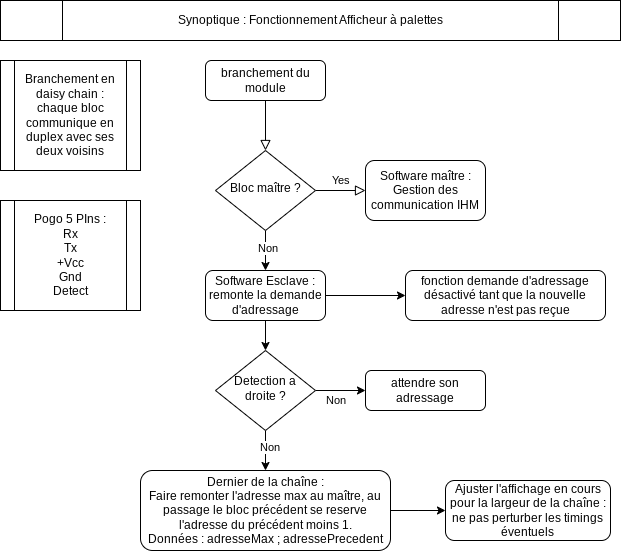
RobotiClermontClub/Afficheur-a-palettes keeps this draw.io diagram as Synoptique afficheur à palettes.png. Above is the earlier version. Source tidied: cells renumbered, new cells last; positions are measured from the earlier drawing's top-left corner, leaving out a move shared by most shapes. Its diagram source:
```xml
<mxGraphModel>
  <root>
    <mxCell id="0" />
    <mxCell id="1" parent="0" />
    <mxCell id="2" style="rounded=0;html=1;jettySize=auto;fontSize=11;endArrow=block;endFill=0;endSize=8;strokeWidth=1;shadow=0;labelBackgroundColor=none;edgeStyle=orthogonalEdgeStyle;" parent="1" edge="1" source="3" target="7">
      <mxGeometry relative="1" as="geometry" />
    </mxCell>
    <mxCell id="3" value="branchement du module" style="rounded=1;whiteSpace=wrap;html=1;fontSize=12;glass=0;strokeWidth=1;shadow=0;" parent="1" vertex="1">
      <mxGeometry x="205" y="60" width="120" height="40" as="geometry" />
    </mxCell>
    <mxCell id="4" value="Yes" style="edgeStyle=orthogonalEdgeStyle;rounded=0;html=1;jettySize=auto;fontSize=11;endArrow=block;endFill=0;endSize=8;strokeWidth=1;shadow=0;labelBackgroundColor=none;" parent="1" edge="1" source="7" target="8">
      <mxGeometry y="10" relative="1" as="geometry" />
    </mxCell>
    <mxCell id="5" style="edgeStyle=orthogonalEdgeStyle;rounded=0;jettySize=auto;html=1;" parent="1" edge="1" source="7" target="13">
      <mxGeometry relative="1" as="geometry" />
    </mxCell>
    <mxCell id="6" value="Non" style="edgeLabel;html=1;align=center;verticalAlign=middle;" parent="5" vertex="1">
      <mxGeometry x="-0.11" y="2" relative="1" as="geometry" />
    </mxCell>
    <mxCell id="7" value="Bloc maître ?" style="rhombus;whiteSpace=wrap;html=1;shadow=0;fontFamily=Helvetica;fontSize=12;align=center;strokeWidth=1;spacing=6;spacingTop=-4;" parent="1" vertex="1">
      <mxGeometry x="215" y="150" width="100" height="80" as="geometry" />
    </mxCell>
    <mxCell id="8" value="Software maître : Gestion des communication IHM" style="rounded=1;whiteSpace=wrap;html=1;fontSize=12;glass=0;strokeWidth=1;shadow=0;" parent="1" vertex="1">
      <mxGeometry x="365" y="160" width="120" height="60" as="geometry" />
    </mxCell>
    <mxCell id="9" style="edgeStyle=orthogonalEdgeStyle;rounded=0;jettySize=auto;html=1;" parent="1" edge="1" source="10">
      <mxGeometry relative="1" as="geometry">
        <mxPoint x="445" y="510" as="targetPoint" />
      </mxGeometry>
    </mxCell>
    <mxCell id="10" value="Dernier de la chaîne :&lt;br&gt;Faire remonter l'adresse max au maître, au passage le bloc précédent se reserve l'adresse du précédent moins 1.&lt;div&gt;Données : adresseMax ; adressePrecedent&lt;/div&gt;" style="rounded=1;whiteSpace=wrap;html=1;fontSize=12;glass=0;strokeWidth=1;shadow=0;" parent="1" vertex="1">
      <mxGeometry x="140" y="470" width="250" height="80" as="geometry" />
    </mxCell>
    <mxCell id="11" style="edgeStyle=orthogonalEdgeStyle;rounded=0;jettySize=auto;html=1;" parent="1" edge="1" source="13" target="18">
      <mxGeometry relative="1" as="geometry" />
    </mxCell>
    <mxCell id="12" style="edgeStyle=orthogonalEdgeStyle;rounded=0;jettySize=auto;html=1;" parent="1" edge="1" source="13" target="22">
      <mxGeometry relative="1" as="geometry" />
    </mxCell>
    <mxCell id="13" value="Software Esclave : remonte la demande d'adressage" style="rounded=1;whiteSpace=wrap;html=1;fontSize=12;glass=0;strokeWidth=1;shadow=0;" parent="1" vertex="1">
      <mxGeometry x="205" y="270" width="120" height="50" as="geometry" />
    </mxCell>
    <mxCell id="14" style="edgeStyle=orthogonalEdgeStyle;rounded=0;jettySize=auto;html=1;" parent="1" edge="1" source="18" target="10">
      <mxGeometry relative="1" as="geometry" />
    </mxCell>
    <mxCell id="15" value="Non" style="edgeLabel;html=1;align=center;verticalAlign=middle;" parent="14" vertex="1">
      <mxGeometry x="0.02" y="-3" relative="1" as="geometry">
        <mxPoint x="7" y="-4" as="offset" />
      </mxGeometry>
    </mxCell>
    <mxCell id="16" style="edgeStyle=orthogonalEdgeStyle;rounded=0;jettySize=auto;html=1;" parent="1" edge="1" source="18" target="19">
      <mxGeometry relative="1" as="geometry" />
    </mxCell>
    <mxCell id="17" value="Non" style="edgeLabel;html=1;align=center;verticalAlign=middle;" parent="16" vertex="1">
      <mxGeometry x="-0.2" y="-3" relative="1" as="geometry">
        <mxPoint y="7" as="offset" />
      </mxGeometry>
    </mxCell>
    <mxCell id="18" value="Detection a droite ?" style="rhombus;whiteSpace=wrap;html=1;shadow=0;fontFamily=Helvetica;fontSize=12;align=center;strokeWidth=1;spacing=6;spacingTop=-4;" parent="1" vertex="1">
      <mxGeometry x="215" y="350" width="100" height="80" as="geometry" />
    </mxCell>
    <mxCell id="19" value="attendre son adressage" style="rounded=1;whiteSpace=wrap;html=1;fontSize=12;glass=0;strokeWidth=1;shadow=0;" parent="1" vertex="1">
      <mxGeometry x="365" y="370" width="120" height="40" as="geometry" />
    </mxCell>
    <mxCell id="20" value="Ajuster l'affichage en cours pour la largeur de la chaîne : ne pas perturber les timings éventuels" style="whiteSpace=wrap;html=1;rounded=1;glass=0;strokeWidth=1;shadow=0;" parent="1" vertex="1">
      <mxGeometry x="445" y="480" width="165" height="60" as="geometry" />
    </mxCell>
    <mxCell id="21" value="Branchement en daisy chain : chaque bloc communique en duplex avec ses deux voisins" style="shape=process;whiteSpace=wrap;html=1;backgroundOutline=1;" parent="1" vertex="1">
      <mxGeometry y="60" width="140" height="110" as="geometry" />
    </mxCell>
    <mxCell id="22" value="fonction demande d'adressage désactivé tant que la nouvelle adresse n'est pas reçue" style="rounded=1;whiteSpace=wrap;html=1;fontSize=12;glass=0;strokeWidth=1;shadow=0;" parent="1" vertex="1">
      <mxGeometry x="405" y="270" width="200" height="50" as="geometry" />
    </mxCell>
    <mxCell id="23" value="Pogo 5 PIns :&lt;br&gt;Rx&lt;br&gt;Tx&lt;div&gt;+Vcc&lt;/div&gt;&lt;div&gt;Gnd&lt;/div&gt;&lt;div&gt;Detect&lt;/div&gt;" style="shape=process;whiteSpace=wrap;html=1;backgroundOutline=1;" parent="1" vertex="1">
      <mxGeometry y="200" width="140" height="110" as="geometry" />
    </mxCell>
    <mxCell id="24" value="Synoptique : Fonctionnement Afficheur à palettes" style="shape=process;whiteSpace=wrap;html=1;backgroundOutline=1;" parent="1" vertex="1">
      <mxGeometry width="620" height="40" as="geometry" />
    </mxCell>
  </root>
</mxGraphModel>
```
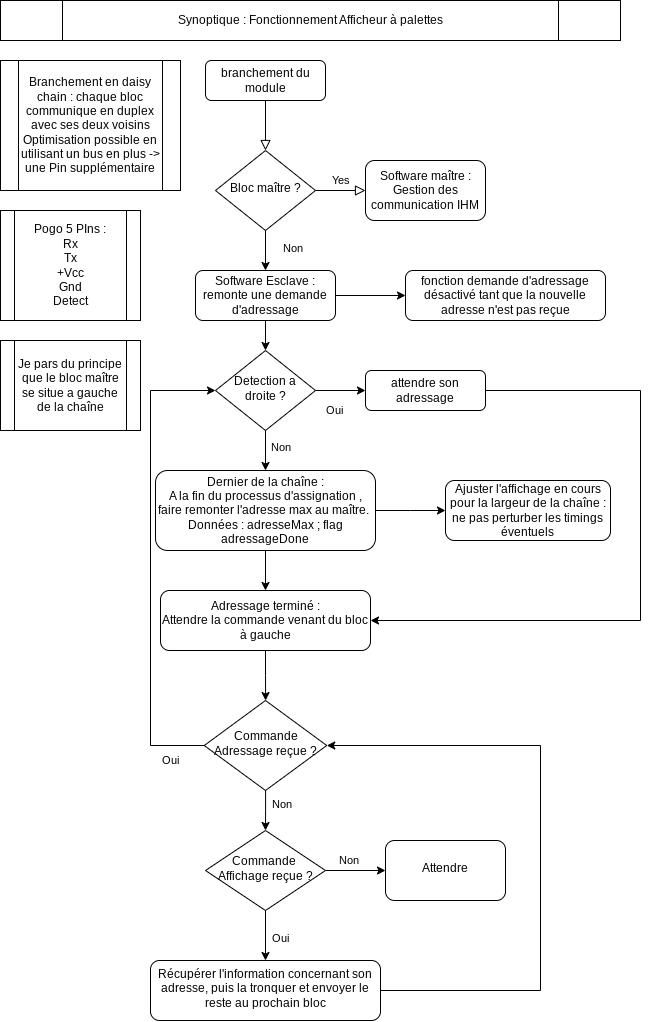
The same diagram one commit later.

Diff of the diagram source:
```diff
@@ -15,7 +15,9 @@
       <mxGeometry relative="1" as="geometry" />
     </mxCell>
     <mxCell id="6" value="Non" style="edgeLabel;html=1;align=center;verticalAlign=middle;" parent="5" vertex="1">
-      <mxGeometry x="-0.11" y="2" relative="1" as="geometry" />
+      <mxGeometry x="-0.11" y="2" relative="1" as="geometry">
+        <mxPoint x="25" as="offset" />
+      </mxGeometry>
     </mxCell>
     <mxCell id="7" value="Bloc maître ?" style="rhombus;whiteSpace=wrap;html=1;shadow=0;fontFamily=Helvetica;fontSize=12;align=center;strokeWidth=1;spacing=6;spacingTop=-4;" parent="1" vertex="1">
       <mxGeometry x="215" y="150" width="100" height="80" as="geometry" />
@@ -28,8 +30,11 @@
         <mxPoint x="445" y="510" as="targetPoint" />
       </mxGeometry>
     </mxCell>
+    <mxCell id="25" style="edgeStyle=orthogonalEdgeStyle;rounded=0;jettySize=auto;html=1;" parent="1" edge="1" source="10" target="30">
+      <mxGeometry relative="1" as="geometry" />
+    </mxCell>
-    <mxCell id="10" value="Dernier de la chaîne :&lt;br&gt;Faire remonter l'adresse max au maître, au passage le bloc précédent se reserve l'adresse du précédent moins 1.&lt;div&gt;Données : adresseMax ; adressePrecedent&lt;/div&gt;" style="rounded=1;whiteSpace=wrap;html=1;fontSize=12;glass=0;strokeWidth=1;shadow=0;" parent="1" vertex="1">
-      <mxGeometry x="140" y="470" width="250" height="80" as="geometry" />
+    <mxCell id="10" value="Dernier de la chaîne :&lt;br&gt;A la fin du processus d'assignation , faire remonter l'adresse max au maître.&amp;nbsp;&lt;div&gt;Données : adresseMax ; flag adressageDone&lt;/div&gt;" style="rounded=1;whiteSpace=wrap;html=1;fontSize=12;glass=0;strokeWidth=1;shadow=0;" parent="1" vertex="1">
+      <mxGeometry x="155" y="470" width="220" height="80" as="geometry" />
     </mxCell>
     <mxCell id="11" style="edgeStyle=orthogonalEdgeStyle;rounded=0;jettySize=auto;html=1;" parent="1" edge="1" source="13" target="18">
       <mxGeometry relative="1" as="geometry" />
@@ -37,45 +42,119 @@
     <mxCell id="12" style="edgeStyle=orthogonalEdgeStyle;rounded=0;jettySize=auto;html=1;" parent="1" edge="1" source="13" target="22">
       <mxGeometry relative="1" as="geometry" />
     </mxCell>
-    <mxCell id="13" value="Software Esclave : remonte la demande d'adressage" style="rounded=1;whiteSpace=wrap;html=1;fontSize=12;glass=0;strokeWidth=1;shadow=0;" parent="1" vertex="1">
-      <mxGeometry x="205" y="270" width="120" height="50" as="geometry" />
+    <mxCell id="13" value="Software Esclave : remonte une demande d'adressage" style="rounded=1;whiteSpace=wrap;html=1;fontSize=12;glass=0;strokeWidth=1;shadow=0;" parent="1" vertex="1">
+      <mxGeometry x="195" y="270" width="140" height="50" as="geometry" />
     </mxCell>
     <mxCell id="14" style="edgeStyle=orthogonalEdgeStyle;rounded=0;jettySize=auto;html=1;" parent="1" edge="1" source="18" target="10">
       <mxGeometry relative="1" as="geometry" />
     </mxCell>
     <mxCell id="15" value="Non" style="edgeLabel;html=1;align=center;verticalAlign=middle;" parent="14" vertex="1">
       <mxGeometry x="0.02" y="-3" relative="1" as="geometry">
-        <mxPoint x="7" y="-4" as="offset" />
+        <mxPoint x="18" y="-4" as="offset" />
       </mxGeometry>
     </mxCell>
     <mxCell id="16" style="edgeStyle=orthogonalEdgeStyle;rounded=0;jettySize=auto;html=1;" parent="1" edge="1" source="18" target="19">
       <mxGeometry relative="1" as="geometry" />
     </mxCell>
-    <mxCell id="17" value="Non" style="edgeLabel;html=1;align=center;verticalAlign=middle;" parent="16" vertex="1">
-      <mxGeometry x="-0.2" y="-3" relative="1" as="geometry">
-        <mxPoint y="7" as="offset" />
-      </mxGeometry>
-    </mxCell>
+    <mxCell id="26" value="Oui" style="edgeLabel;html=1;align=center;verticalAlign=middle;" parent="16" vertex="1">
+      <mxGeometry x="-0.26" y="-6" relative="1" as="geometry">
+        <mxPoint y="14" as="offset" />
+      </mxGeometry>
+    </mxCell>
     <mxCell id="18" value="Detection a droite ?" style="rhombus;whiteSpace=wrap;html=1;shadow=0;fontFamily=Helvetica;fontSize=12;align=center;strokeWidth=1;spacing=6;spacingTop=-4;" parent="1" vertex="1">
       <mxGeometry x="215" y="350" width="100" height="80" as="geometry" />
     </mxCell>
+    <mxCell id="27" style="edgeStyle=orthogonalEdgeStyle;rounded=0;jettySize=auto;html=1;exitX=1;exitY=0.5;exitDx=0;exitDy=0;entryX=1;entryY=0.5;entryDx=0;entryDy=0;" parent="1" edge="1" source="19" target="30">
+      <mxGeometry relative="1" as="geometry">
+        <Array as="points">
+          <mxPoint x="640" y="390" />
+          <mxPoint x="640" y="620" />
+        </Array>
+      </mxGeometry>
+    </mxCell>
     <mxCell id="19" value="attendre son adressage" style="rounded=1;whiteSpace=wrap;html=1;fontSize=12;glass=0;strokeWidth=1;shadow=0;" parent="1" vertex="1">
       <mxGeometry x="365" y="370" width="120" height="40" as="geometry" />
     </mxCell>
     <mxCell id="20" value="Ajuster l'affichage en cours pour la largeur de la chaîne : ne pas perturber les timings éventuels" style="whiteSpace=wrap;html=1;rounded=1;glass=0;strokeWidth=1;shadow=0;" parent="1" vertex="1">
       <mxGeometry x="445" y="480" width="165" height="60" as="geometry" />
     </mxCell>
-    <mxCell id="21" value="Branchement en daisy chain : chaque bloc communique en duplex avec ses deux voisins" style="shape=process;whiteSpace=wrap;html=1;backgroundOutline=1;" parent="1" vertex="1">
-      <mxGeometry y="60" width="140" height="110" as="geometry" />
+    <mxCell id="21" value="Branchement en daisy chain : chaque bloc communique en duplex avec ses deux voisins&lt;div&gt;Optimisation possible en utilisant un bus en plus -&amp;gt; une Pin supplémentaire&lt;/div&gt;" style="shape=process;whiteSpace=wrap;html=1;backgroundOutline=1;" parent="1" vertex="1">
+      <mxGeometry y="60" width="180" height="130" as="geometry" />
     </mxCell>
     <mxCell id="22" value="fonction demande d'adressage désactivé tant que la nouvelle adresse n'est pas reçue" style="rounded=1;whiteSpace=wrap;html=1;fontSize=12;glass=0;strokeWidth=1;shadow=0;" parent="1" vertex="1">
       <mxGeometry x="405" y="270" width="200" height="50" as="geometry" />
     </mxCell>
     <mxCell id="23" value="Pogo 5 PIns :&lt;br&gt;Rx&lt;br&gt;Tx&lt;div&gt;+Vcc&lt;/div&gt;&lt;div&gt;Gnd&lt;/div&gt;&lt;div&gt;Detect&lt;/div&gt;" style="shape=process;whiteSpace=wrap;html=1;backgroundOutline=1;" parent="1" vertex="1">
-      <mxGeometry y="200" width="140" height="110" as="geometry" />
+      <mxGeometry y="210" width="140" height="110" as="geometry" />
     </mxCell>
     <mxCell id="24" value="Synoptique : Fonctionnement Afficheur à palettes" style="shape=process;whiteSpace=wrap;html=1;backgroundOutline=1;" parent="1" vertex="1">
       <mxGeometry width="620" height="40" as="geometry" />
     </mxCell>
+    <mxCell id="28" value="Je pars du principe que le bloc maître se situe a gauche de la chaîne" style="shape=process;whiteSpace=wrap;html=1;backgroundOutline=1;" parent="1" vertex="1">
+      <mxGeometry y="340" width="140" height="90" as="geometry" />
+    </mxCell>
+    <mxCell id="29" style="edgeStyle=orthogonalEdgeStyle;rounded=0;jettySize=auto;html=1;" parent="1" edge="1" source="30" target="43">
+      <mxGeometry relative="1" as="geometry" />
+    </mxCell>
+    <mxCell id="30" value="Adressage terminé : &lt;br&gt;Attendre la commande venant du bloc à gauche" style="rounded=1;whiteSpace=wrap;html=1;" parent="1" vertex="1">
+      <mxGeometry x="160" y="590" width="210" height="60" as="geometry" />
+    </mxCell>
+    <mxCell id="31" style="edgeStyle=orthogonalEdgeStyle;rounded=0;jettySize=auto;html=1;" parent="1" edge="1" source="35" target="36">
+      <mxGeometry relative="1" as="geometry" />
+    </mxCell>
+    <mxCell id="32" value="Non" style="edgeLabel;html=1;align=center;verticalAlign=middle;" parent="31" vertex="1">
+      <mxGeometry x="-0.5" y="1" relative="1" as="geometry">
+        <mxPoint x="8" y="-9" as="offset" />
+      </mxGeometry>
+    </mxCell>
+    <mxCell id="33" style="edgeStyle=orthogonalEdgeStyle;rounded=0;jettySize=auto;html=1;" parent="1" edge="1" source="35" target="38">
+      <mxGeometry relative="1" as="geometry" />
+    </mxCell>
+    <mxCell id="34" value="Oui" style="edgeLabel;html=1;align=center;verticalAlign=middle;" parent="33" vertex="1">
+      <mxGeometry x="0.1" relative="1" as="geometry">
+        <mxPoint x="15" as="offset" />
+      </mxGeometry>
+    </mxCell>
+    <mxCell id="35" value="Commande&amp;nbsp; Affichage reçue ?" style="rhombus;whiteSpace=wrap;html=1;shadow=0;fontFamily=Helvetica;fontSize=12;align=center;strokeWidth=1;spacing=6;spacingTop=-4;" parent="1" vertex="1">
+      <mxGeometry x="205" y="830" width="120" height="80" as="geometry" />
+    </mxCell>
+    <mxCell id="36" value="Attendre" style="rounded=1;whiteSpace=wrap;html=1;shadow=0;strokeWidth=1;spacing=6;spacingTop=-4;" parent="1" vertex="1">
+      <mxGeometry x="385" y="840" width="120" height="60" as="geometry" />
+    </mxCell>
+    <mxCell id="37" style="edgeStyle=orthogonalEdgeStyle;rounded=0;jettySize=auto;html=1;exitX=1;exitY=0.5;exitDx=0;exitDy=0;entryX=1;entryY=0.5;entryDx=0;entryDy=0;" parent="1" edge="1" source="38" target="43">
+      <mxGeometry relative="1" as="geometry">
+        <Array as="points">
+          <mxPoint x="540" y="990" />
+          <mxPoint x="540" y="745" />
+        </Array>
+      </mxGeometry>
+    </mxCell>
+    <mxCell id="38" value="Récupérer l'information concernant son adresse, puis la tronquer et envoyer le reste au prochain bloc" style="rounded=1;whiteSpace=wrap;html=1;shadow=0;strokeWidth=1;spacing=6;spacingTop=-4;" parent="1" vertex="1">
+      <mxGeometry x="150" y="960" width="230" height="60" as="geometry" />
+    </mxCell>
+    <mxCell id="39" style="edgeStyle=orthogonalEdgeStyle;rounded=0;jettySize=auto;html=1;" parent="1" edge="1" source="43" target="35">
+      <mxGeometry relative="1" as="geometry" />
+    </mxCell>
+    <mxCell id="40" value="Non" style="edgeLabel;html=1;align=center;verticalAlign=middle;" parent="39" vertex="1">
+      <mxGeometry x="-0.33" y="-7" relative="1" as="geometry">
+        <mxPoint x="22" as="offset" />
+      </mxGeometry>
+    </mxCell>
+    <mxCell id="41" style="edgeStyle=orthogonalEdgeStyle;rounded=0;jettySize=auto;html=1;entryX=0;entryY=0.5;entryDx=0;entryDy=0;" parent="1" edge="1" source="43" target="18">
+      <mxGeometry relative="1" as="geometry">
+        <Array as="points">
+          <mxPoint x="150" y="745" />
+          <mxPoint x="150" y="390" />
+        </Array>
+      </mxGeometry>
+    </mxCell>
+    <mxCell id="42" value="Oui" style="edgeLabel;html=1;align=center;verticalAlign=middle;" parent="41" vertex="1">
+      <mxGeometry x="-0.87" y="5" relative="1" as="geometry">
+        <mxPoint x="-4" y="10" as="offset" />
+      </mxGeometry>
+    </mxCell>
+    <mxCell id="43" value="Commande Adressage reçue ?" style="rhombus;whiteSpace=wrap;html=1;shadow=0;fontFamily=Helvetica;fontSize=12;align=center;strokeWidth=1;spacing=6;spacingTop=-4;" parent="1" vertex="1">
+      <mxGeometry x="203.8" y="700" width="122.5" height="90" as="geometry" />
+    </mxCell>
   </root>
 </mxGraphModel>
```
